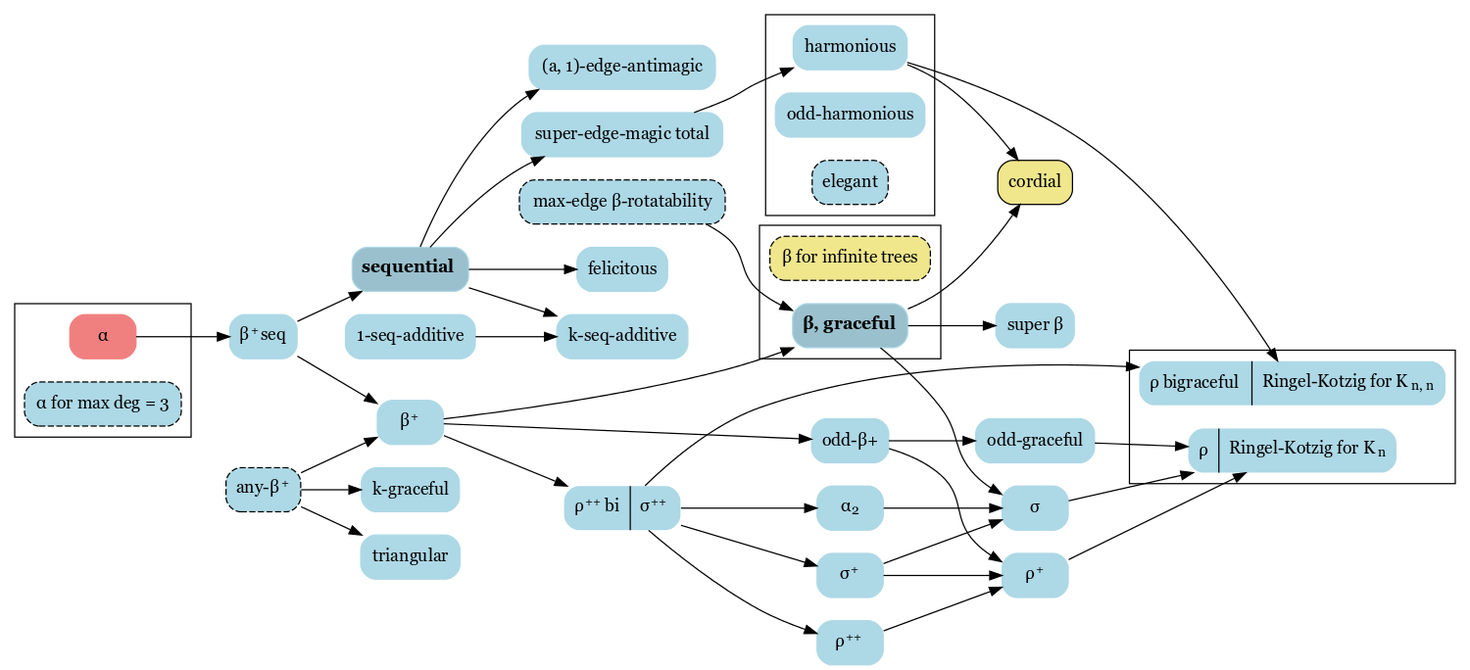
The Graphviz diagram diagram/tree_labelings.png in gexahedron/graceful-labeling, before a commit. Its source is kept beside it as diagram/tree_labelings.dot.
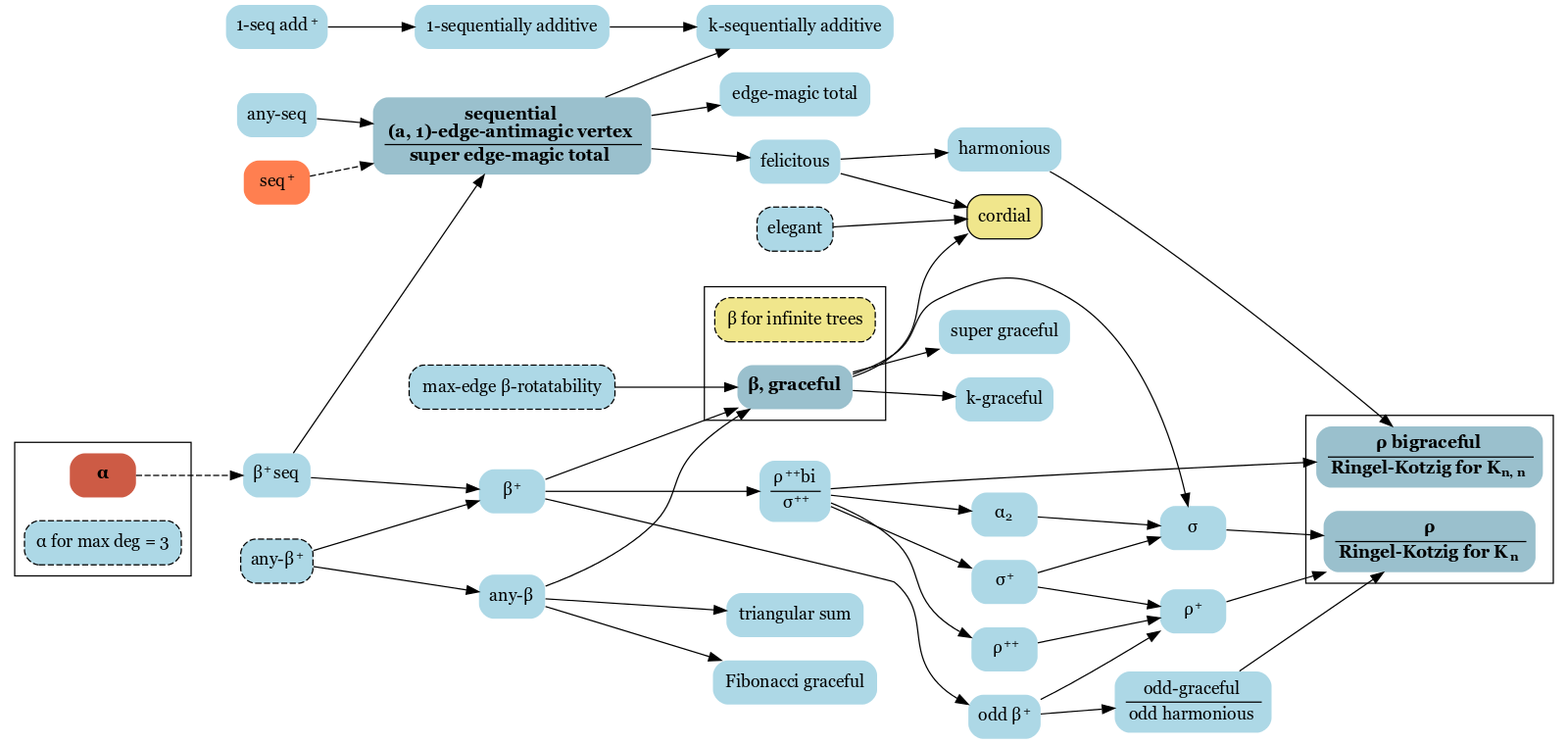
Above is the later version.

Change to the diagram source:
```diff
@@ -1,113 +1,151 @@
 digraph labelings {
-    rankdir="LR";
-    graph [fontname = "georgia"];
-    node [fontname = "georgia"];
-    edge [fontname = "georgia"];
-    node [color=lightblue, style=filled, shape=Mrecord];
+    rankdir="LR"
+    graph [fontname = "georgia"]
+    node [fontname = "georgia"]
+    edge [fontname = "georgia"]
+    node [color="black", fillcolor="lightblue", penwidth=0, style=filled, shape=Mrecord]
 
     subgraph thms {
-        node [style="filled", color="black", fillcolor="khaki"];
+        node [color="black", fillcolor="khaki", penwidth=1]
         cordial
-        node [style="dashed,filled", color="black", fillcolor="khaki"];
-        inf_beta [label="β for infinite trees"];
+
+        node [style="dashed,filled"]
+        inf_beta [label="β for infinite trees"]
     }
 
     subgraph important_conjectures {
         node [fillcolor="lightblue3"]
         beta [label=<<B>β, graceful</B>>]
-        seq [label=<<B>sequential</B>>]
+
+        seq [label=<<B><TABLE BORDER="0" CELLBORDER="0" CELLSPACING="1">
+            <TR><TD>sequential<BR/>(a, 1)-edge-antimagic vertex</TD></TR><HR/>
+            <TR><TD>super edge-magic total</TD></TR>
+            </TABLE></B>>]
+
+        rho [label=<<B><TABLE BORDER="0" CELLBORDER="0" CELLSPACING="1">
+            <TR><TD>ρ</TD></TR><HR/>
+            <TR><TD>Ringel-Kotzig for K<SUB><FONT POINT-SIZE="10">n</FONT></SUB></TD></TR>
+            </TABLE></B>>]
+
+        rho_bi [label=<<B><TABLE BORDER="0" CELLBORDER="0" CELLSPACING="1">
+            <TR><TD>ρ bigraceful</TD></TR><HR/>
+            <TR><TD>Ringel-Kotzig for K<SUB><FONT POINT-SIZE="10">n, n</FONT></SUB></TD></TR>
+            </TABLE></B>>]
+    }
+
+    subgraph not_conjectures {
+        node [color="coral3", fillcolor="coral3"]
+        alpha [label=<<B>α</B>>]
+
+        node [color="coral", fillcolor="coral"]
+        seq_plus [label=<seq<SUP><FONT POINT-SIZE="10">+</FONT></SUP>>]
+    }
+
+    subgraph almost_conjectures {
+        node [style="dashed,filled", penwidth=1]
+
+        alpha_deg3 [label="α for max deg = 3"]
+        beta_rot [label="max-edge β-rotatability"]
+        any_beta_p [label=<any-β<SUP><FONT POINT-SIZE="10">+</FONT></SUP>>]
+        elegant
     }
 
     subgraph cluster_alpha {
-        {
-            node [style="filled", color="lightcoral", fillcolor="lightcoral"];
-            alpha [label="α"];
-        }
-        {
-            node [style="dashed,filled", color="black", fillcolor="lightblue"];
-            alpha_deg3 [label="α for max deg = 3"];
-        }
+        alpha
+        alpha_deg3
     }
 
-    beta_plus_seq [label=<β<SUP>+</SUP>seq>];
-    alpha -> beta_plus_seq;
-    beta_plus_seq -> seq;
-    beta_plus [label=<β<SUP>+</SUP>>];
-    beta_plus_seq -> beta_plus;
-    semt [label="super-edge-magic total"]
-    harm [label="harmonious"]
-    seq -> semt;
-    semt -> harm;
-    {
-        node [style="filled,rounded", color="black", fillcolor="lightblue", shape=record];
-        rho_sigma [label=<{ρ<SUP>++</SUP>bi | σ<SUP>++</SUP>}>];
-    }
-    beta_plus -> rho_sigma;
     subgraph cluster_beta {
         inf_beta
         beta
     }
-    beta_plus -> beta;
+
+    subgraph cluster_rho {
+        rho
+        rho_bi
+    }
+
+    beta_plus_seq [label=<β<SUP><FONT POINT-SIZE="10">+ </FONT></SUP>seq>]
+    beta_plus [label=<β<SUP><FONT POINT-SIZE="10">+</FONT></SUP>>]
+    emt [label="edge-magic total"]
+    harm [label="harmonious"]
+    rho_sigma [label=<<TABLE BORDER="0" CELLBORDER="0" CELLSPACING="1">
+        <TR><TD>ρ<SUP><FONT POINT-SIZE="10">++ </FONT></SUP>bi</TD></TR><HR/>
+        <TR><TD>σ<SUP><FONT POINT-SIZE="10">++</FONT></SUP></TD></TR>
+        </TABLE>>]
+    rho_pp [label=<ρ<SUP><FONT POINT-SIZE="10">++</FONT></SUP>>]
+    sigma_p [label=<σ<SUP><FONT POINT-SIZE="10">+</FONT></SUP>>]
+    sigma [label="σ"]
+    rho_p [label=<ρ<SUP><FONT POINT-SIZE="10">+</FONT></SUP>>]
+    any_beta [label=<any-β>]
+    any_seq [label="any-seq"]
+    odd_beta_plus [label=<odd β<SUP><FONT POINT-SIZE="10">+</FONT></SUP>>]
+    odd_beta [label=<<TABLE BORDER="0" CELLBORDER="0" CELLSPACING="1">
+        <TR><TD>odd-graceful</TD></TR><HR/>
+        <TR><TD>odd harmonious</TD></TR>
+        </TABLE>>]
+    super_beta [label="super graceful"]
+    k_graceful [label="k-graceful"]
+    triangular [label="triangular sum"]
+    fibonacci [label="Fibonacci graceful"]
+    one_seq_add [label="1-sequentially additive"]
+    k_seq_add [label="k-sequentially additive"]
+    alpha_2 [label=<α<SUB><FONT POINT-SIZE="10">2</FONT></SUB>>]
+    one_seq_add_plus [label=<1-seq add<SUP><FONT POINT-SIZE="10">+</FONT></SUP>>]
+
     {
-        node [style="dashed,filled", color="black", fillcolor="lightblue"];
-        beta_rot [label="max-edge β-rotatability"]
+        edge [style="dashed"]
+        alpha -> beta_plus_seq
+        seq_plus -> seq
     }
+
+    beta_plus_seq -> seq
+    beta_plus_seq -> beta_plus
+    seq -> emt
+    seq -> felicitous
+    seq -> k_seq_add
+    beta_plus -> rho_sigma
+    beta_plus -> beta
+    beta_plus -> odd_beta_plus
+
     beta_rot -> beta
-    beta -> cordial
-    harm -> cordial
-    subgraph cluster_rho {
-        node [fillcolor="lightblue", color="black", style="filled,rounded", shape=record];
-        rho [label=<{ρ | Ringel-Kotzig for K<SUB>n</SUB>}>];
-        rho_bi [label=<{ρ bigraceful | Ringel-Kotzig for K<SUB>n, n</SUB>}>];
-    }
-    harm -> rho_bi;
-    rho_sigma -> rho_bi;
-    rho_pp [label=<ρ<SUP>++</SUP>>];
-    rho_sigma -> rho_pp;
-    sigma_p [label=<σ<SUP>+</SUP>>];
-    rho_sigma -> sigma_p;
-    sigma [label="σ"];
-    beta -> sigma;
-    sigma_p -> sigma;
-    rho_p [label=<ρ<SUP>+</SUP>>];
-    rho_pp -> rho_p;
-    sigma_p -> rho_p;
-    sigma -> rho;
-    rho_p -> rho;
-    {
-        node [style="dashed,filled", color="black", fillcolor="lightblue"];
-        k_beta_p [label=<any-β<SUP>+</SUP>>];
-    }
-    k_beta_p -> beta_plus;
 
-    odd_beta_plus [label="odd-β+"]
-    beta_plus -> odd_beta_plus
+    rho_sigma -> rho_bi
+    rho_sigma -> rho_pp
+    rho_sigma -> sigma_p
+    rho_sigma -> alpha_2
+
+    beta -> sigma
+
+    rho_pp -> rho_p
+    sigma_p -> sigma
+    sigma_p -> rho_p
+    sigma -> rho
+    rho_p -> rho
+
+    any_beta_p -> beta_plus
+    any_beta_p -> any_beta
+
+    any_beta -> beta
+    any_beta -> triangular
+    any_beta -> fibonacci
+
+    any_seq -> seq
+
     odd_beta_plus -> rho_p
-    odd_beta [label="odd-graceful"]
     odd_beta_plus -> odd_beta
     odd_beta -> rho
-    super_beta [label="super β"]
     beta -> super_beta
-    subgraph cluster_harmonious {
-        odd_harm [label="odd-harmonious"]
-        harm
+    beta -> cordial
+    beta -> k_graceful
 
-        node [style="dashed,filled", color="black", fillcolor="lightblue"];
-        elegant
-    }
-    seq -> felicitous
-    k_graceful [label="k-graceful"]
-    k_beta_p -> k_graceful
-    k_beta_p -> triangular
+    felicitous -> cordial
+    felicitous -> harm
+    elegant -> cordial
+    harm -> rho_bi
 
-    antimagic [label="(a, 1)-edge-antimagic"]
-    seq -> antimagic
-    one_seq_add [label="1-seq-additive"]
-    k_seq_add [label="k-seq-additive"]
-    seq -> k_seq_add
     one_seq_add -> k_seq_add
+    one_seq_add_plus -> one_seq_add
 
-    alpha_2 [label=<α<SUB>2</SUB>>]
-    rho_sigma -> alpha_2
     alpha_2 -> sigma
 }
```
